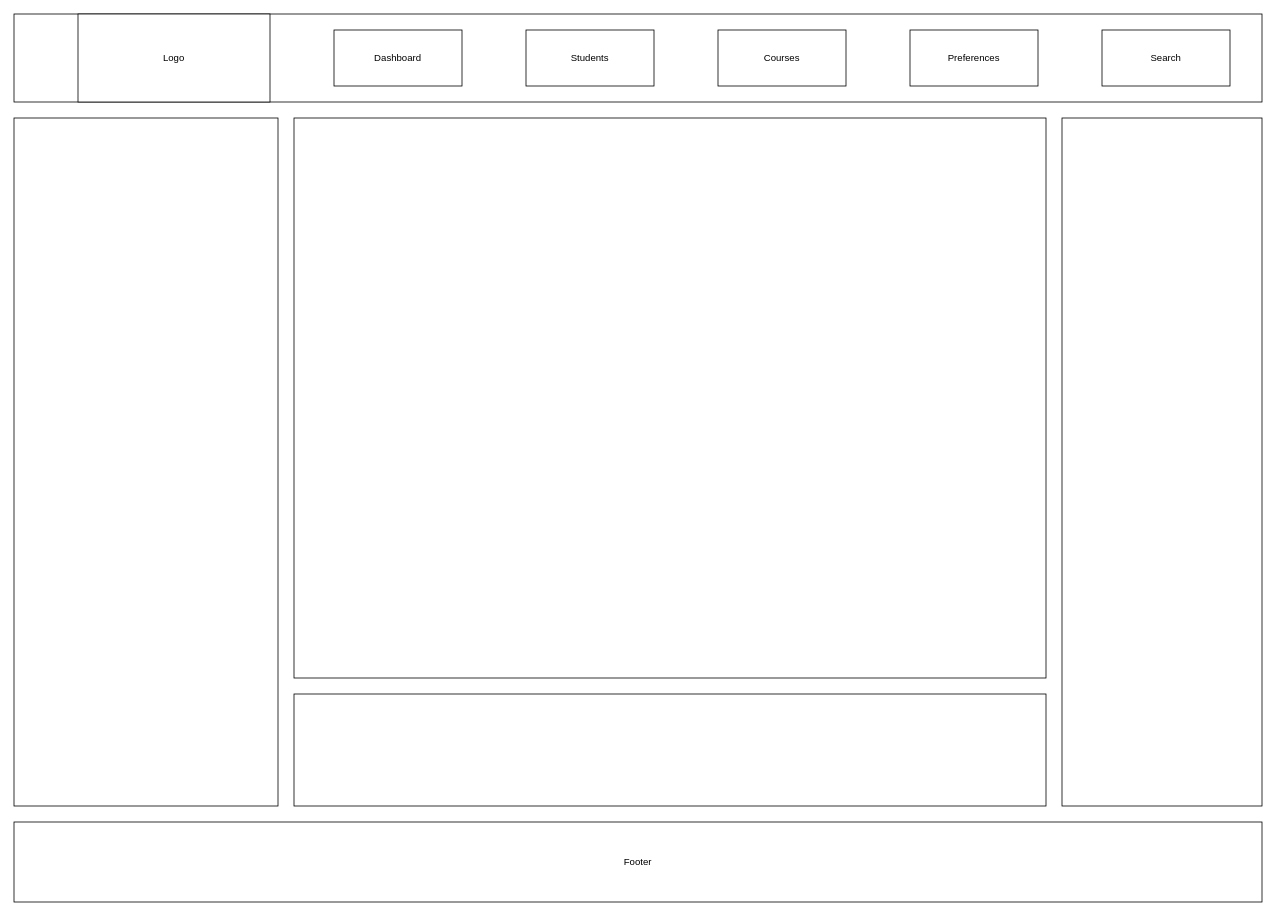
Before: Staff Dashboard.drawio in OpenScource/Info, a draw.io diagram. Source tidied: cells renumbered, new cells numbered last; positions are measured from the earlier drawing's top-left corner, leaving out a move shared by most shapes. Both pictures are drawn from the tidied source at 80%, with x=0, y=0 at pixel (14, 14).
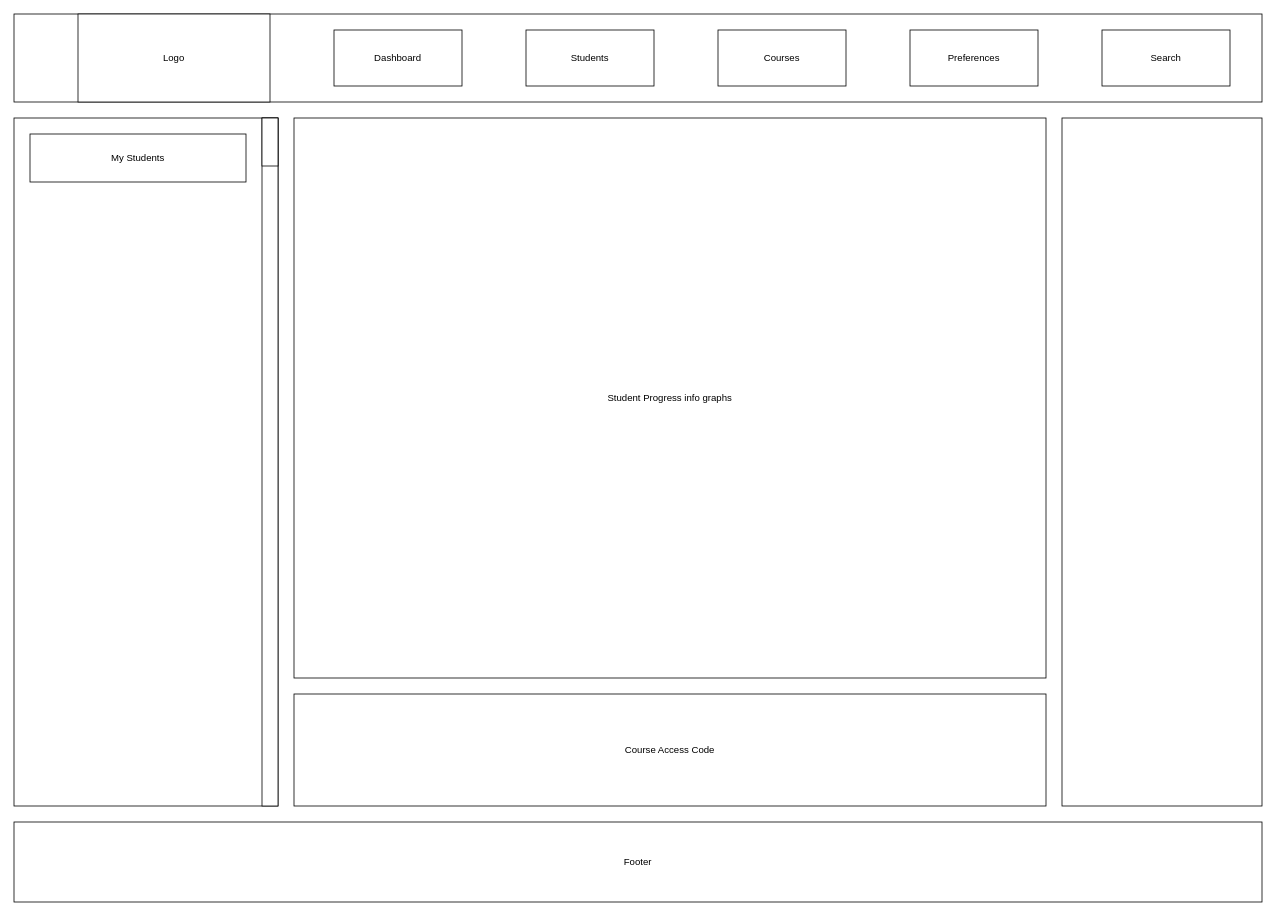
The same page after the edit.

Change to the diagram source:
```diff
@@
 <mxGraphModel>
   <root>
     <mxCell id="0" />
     <mxCell id="1" parent="0" />
     <mxCell id="2" style="rounded=0;whiteSpace=wrap;html=1;" parent="1" vertex="1">
       <mxGeometry width="1560" height="110" as="geometry" />
     </mxCell>
     <mxCell id="3" value="Logo" style="rounded=0;whiteSpace=wrap;html=1;" parent="1" vertex="1">
       <mxGeometry x="80" width="240" height="110" as="geometry" />
     </mxCell>
     <mxCell id="4" value="Students" style="rounded=0;whiteSpace=wrap;html=1;" parent="1" vertex="1">
       <mxGeometry x="640" y="20" width="160" height="70" as="geometry" />
     </mxCell>
     <mxCell id="5" value="Search" style="rounded=0;whiteSpace=wrap;html=1;" parent="1" vertex="1">
       <mxGeometry x="1360" y="20" width="160" height="70" as="geometry" />
     </mxCell>
     <mxCell id="6" value="Preferences" style="rounded=0;whiteSpace=wrap;html=1;" parent="1" vertex="1">
       <mxGeometry x="1120" y="20" width="160" height="70" as="geometry" />
     </mxCell>
     <mxCell id="7" value="Courses" style="rounded=0;whiteSpace=wrap;html=1;" parent="1" vertex="1">
       <mxGeometry x="880" y="20" width="160" height="70" as="geometry" />
     </mxCell>
     <mxCell id="8" value="Footer" style="rounded=0;whiteSpace=wrap;html=1;" parent="1" vertex="1">
       <mxGeometry y="1010" width="1560" height="100" as="geometry" />
     </mxCell>
     <mxCell id="9" value="Dashboard" style="rounded=0;whiteSpace=wrap;html=1;" parent="1" vertex="1">
       <mxGeometry x="400" y="20" width="160" height="70" as="geometry" />
     </mxCell>
-    <mxCell id="10" style="rounded=0;whiteSpace=wrap;html=1;" parent="1" vertex="1">
+    <mxCell id="10" value="Student Progress info graphs" style="rounded=0;whiteSpace=wrap;html=1;" parent="1" vertex="1">
       <mxGeometry x="350" y="130" width="940" height="700" as="geometry" />
     </mxCell>
     <mxCell id="11" style="rounded=0;whiteSpace=wrap;html=1;" parent="1" vertex="1">
       <mxGeometry y="130" width="330" height="860" as="geometry" />
     </mxCell>
-    <mxCell id="12" style="rounded=0;whiteSpace=wrap;html=1;" parent="1" vertex="1">
+    <mxCell id="12" value="Course Access Code" style="rounded=0;whiteSpace=wrap;html=1;" parent="1" vertex="1">
       <mxGeometry x="350" y="850" width="940" height="140" as="geometry" />
     </mxCell>
     <mxCell id="13" style="rounded=0;whiteSpace=wrap;html=1;" parent="1" vertex="1">
       <mxGeometry x="1310" y="130" width="250" height="860" as="geometry" />
     </mxCell>
+    <mxCell id="14" style="rounded=0;whiteSpace=wrap;html=1;" parent="1" vertex="1">
+      <mxGeometry x="310" y="130" width="20" height="860" as="geometry" />
+    </mxCell>
+    <mxCell id="15" style="rounded=0;whiteSpace=wrap;html=1;" parent="1" vertex="1">
+      <mxGeometry x="310" y="130" width="20" height="60" as="geometry" />
+    </mxCell>
+    <mxCell id="16" value="My Students" style="rounded=0;whiteSpace=wrap;html=1;" parent="1" vertex="1">
+      <mxGeometry x="20" y="150" width="270" height="60" as="geometry" />
+    </mxCell>
   </root>
 </mxGraphModel>
```
